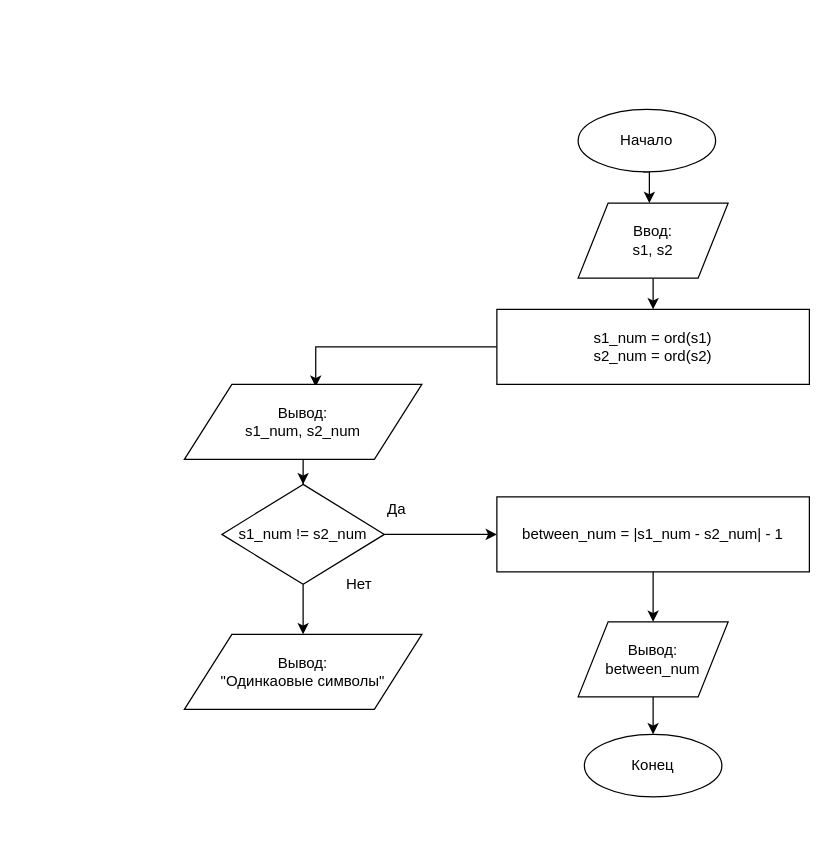
damkh/gb_py_alg_2020-07 keeps this draw.io diagram as page "task_4" (4 of 7) of les1/les_1.drawio. Above is the earlier version. Source tidied: cells renumbered, new cells numbered last; positions are measured from the earlier drawing's top-left corner, leaving out a move shared by most shapes. Both pictures are drawn from the tidied source at 125%, with x=0, y=0 at pixel (184, 109).
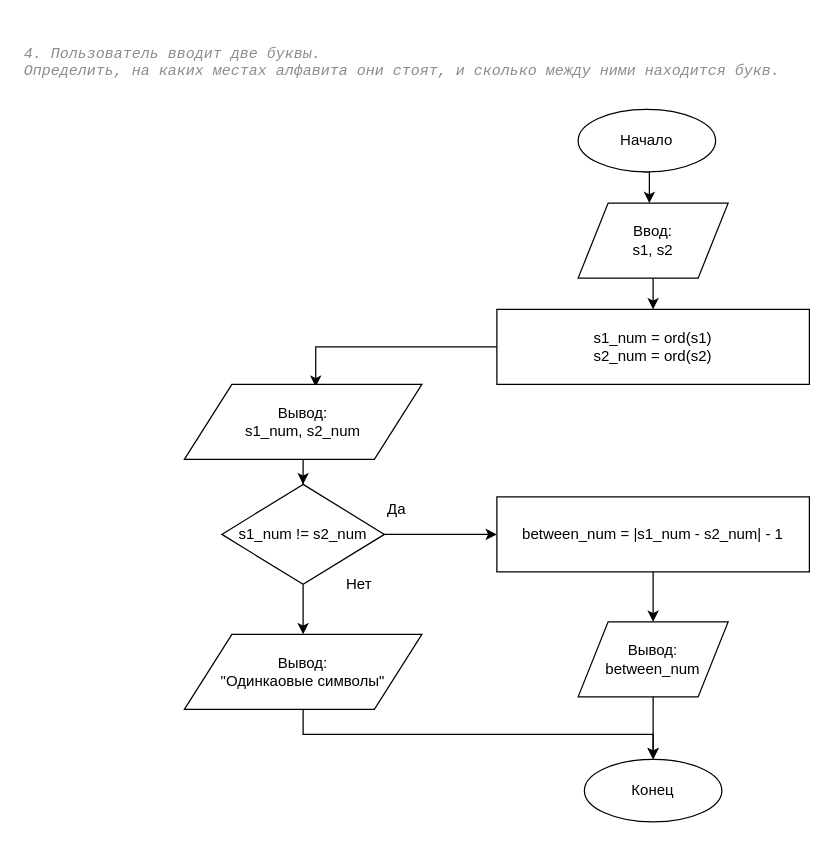
Above is the later version.

Unchanged cells that the change refers to:
```xml
<mxCell id="18" value="&lt;div&gt;Вывод:&lt;/div&gt;&lt;div&gt;&quot;Одинкаовые символы&quot;&lt;br&gt;&lt;/div&gt;" style="shape=parallelogram;perimeter=parallelogramPerimeter;whiteSpace=wrap;html=1;" parent="1" vertex="1">
  <mxGeometry y="420" width="190" height="60" as="geometry" />
</mxCell>
```

What changed in the source:
```diff
@@
     <mxCell id="4" value="&lt;div&gt;Конец&lt;/div&gt;" style="ellipse;whiteSpace=wrap;html=1;" parent="1" vertex="1">
-      <mxGeometry x="320" y="500" width="110" height="50" as="geometry" />
+      <mxGeometry x="320" y="520" width="110" height="50" as="geometry" />
     </mxCell>
@@
+    <mxCell id="21" style="edgeStyle=orthogonalEdgeStyle;rounded=0;jettySize=auto;html=1;entryX=0.5;entryY=0;entryDx=0;entryDy=0;" parent="1" edge="1" source="18" target="4">
+      <mxGeometry relative="1" as="geometry">
+        <Array as="points">
+          <mxPoint x="95" y="500" />
+          <mxPoint x="375" y="500" />
+        </Array>
+      </mxGeometry>
+    </mxCell>
@@
+    <mxCell id="22" value="&lt;pre style=&quot;background-color: #ffffff ; color: #080808 ; font-family: &amp;#34;jetbrains mono&amp;#34; , monospace ; font-size: 9 8pt&quot;&gt;&lt;span style=&quot;color: #8c8c8c ; font-style: italic&quot;&gt;4. Пользователь вводит две буквы. &lt;br&gt;Определить, на каких местах алфавита они стоят, и сколько между ними находится букв.&lt;br&gt;&lt;/span&gt;&lt;/pre&gt;" style="text;whiteSpace=wrap;html=1;" parent="1" vertex="1">
+      <mxGeometry x="-130" y="-70" width="550" height="50" as="geometry" />
+    </mxCell>
```
